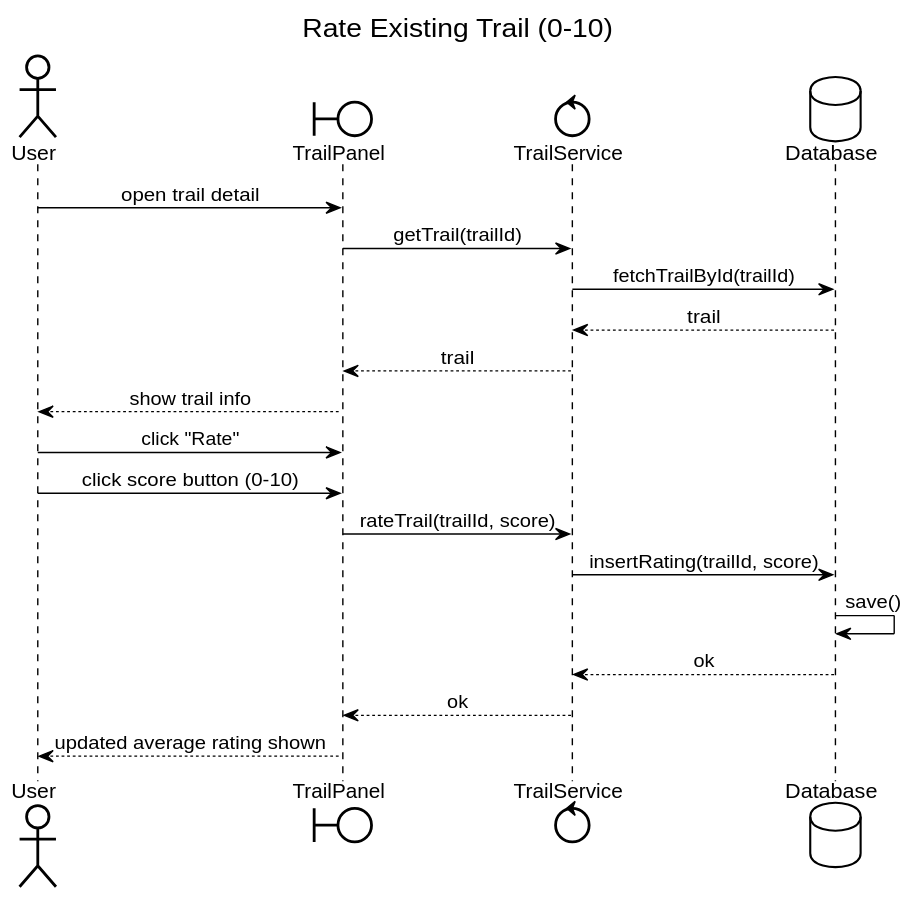
Earlier version of the PlantUML export uml-diagrams/svg/sequence/rateTrail.svg (milelime/Wildlife-Explorer).
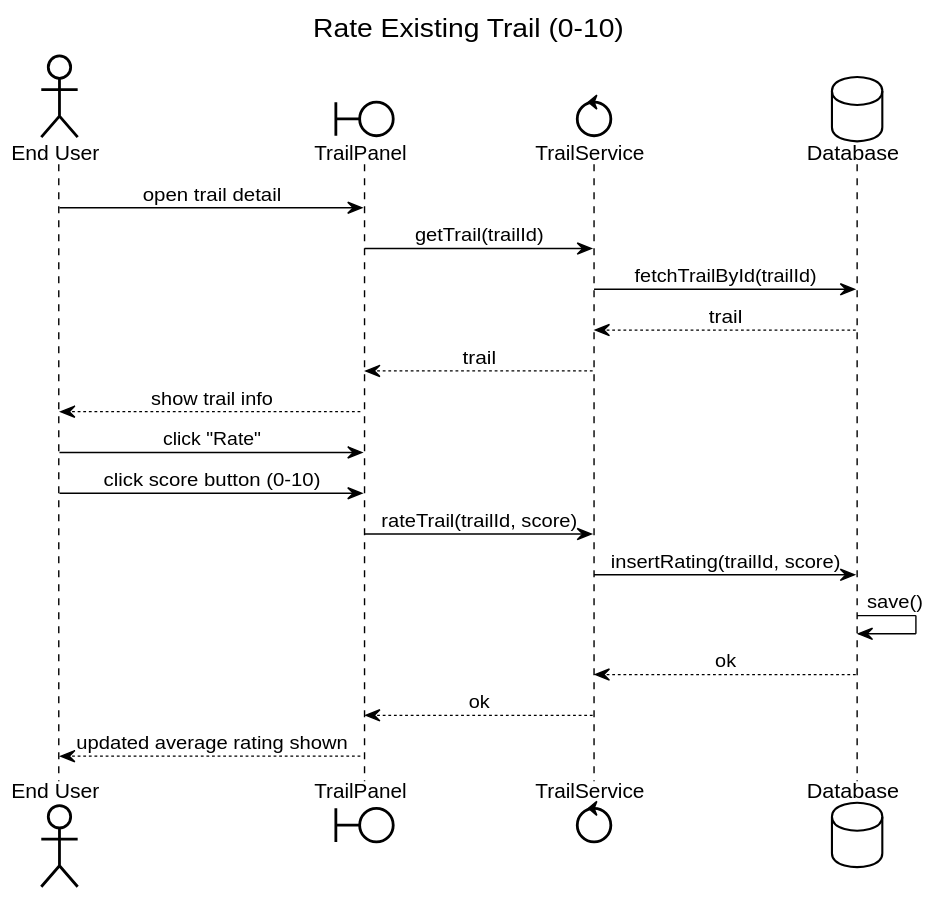
The same file after the commit.

What changed in the source:
```diff
@@ -72,22 +72,22 @@
 
 title Rate Existing Trail (0-10)
 
-actor User
+actor "End User" as EU
 boundary TrailPanel
 control TrailService
 database Database
 
-User -> TrailPanel : open trail detail
+EU -> TrailPanel : open trail detail
 
 TrailPanel -> TrailService : getTrail(trailId)
 TrailService -> Database : fetchTrailById(trailId)
 Database --> TrailService : trail
 TrailService --> TrailPanel : trail
 
-TrailPanel --> User : show trail info
+TrailPanel --> EU : show trail info
 
-User -> TrailPanel : click "Rate"
-User -> TrailPanel : click score button (0-10)
+EU -> TrailPanel : click "Rate"
+EU -> TrailPanel : click score button (0-10)
 
 TrailPanel -> TrailService : rateTrail(trailId, score)
 TrailService -> Database : insertRating(trailId, score)
@@ -95,6 +95,6 @@
 Database --> TrailService : ok
 TrailService --> TrailPanel : ok
 
-TrailPanel --> User : updated average rating shown
+TrailPanel --> EU : updated average rating shown
 
 @enduml
```
